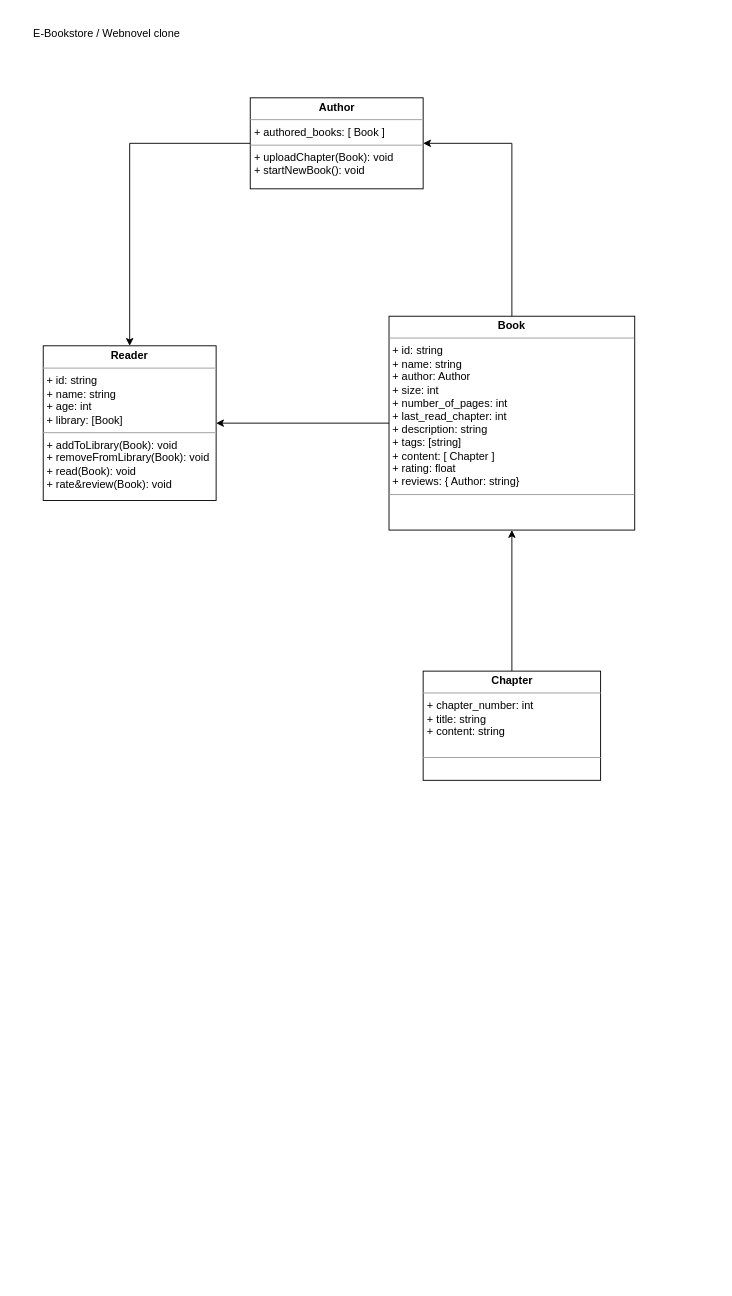
The draw.io diagram E-Bookstore_UML_Diagram.drawio in Amogh-Nivaskar/E-Bookstore, before the edit. Source tidied: cells renumbered, new cells numbered last; positions are measured from the earlier drawing's top-left corner, leaving out a move shared by most shapes. Both pictures are drawn from the tidied source at 91%, with x=0, y=0 at pixel (15, 15).
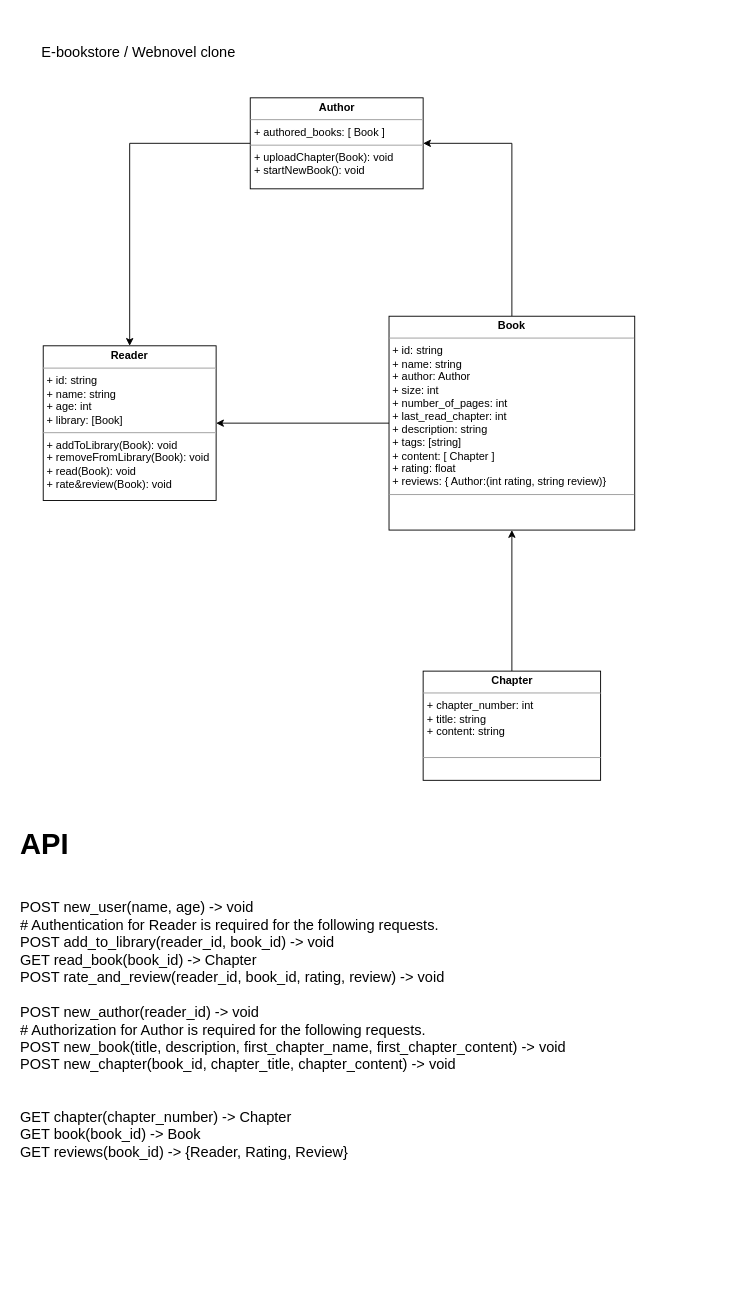
The same page after the edit.

Change to the diagram source:
```diff
@@
 <mxGraphModel>
   <root>
     <mxCell id="0" />
     <mxCell id="1" parent="0" />
-    <mxCell id="2" value="E-Bookstore / Webnovel clone" style="text;html=1;strokeColor=none;fillColor=none;align=center;verticalAlign=middle;whiteSpace=wrap;rounded=0;" parent="1" vertex="1">
-      <mxGeometry width="200" height="40" as="geometry" />
-    </mxCell>
     <mxCell id="3" value="&lt;p style=&quot;margin:0px;margin-top:4px;text-align:center;&quot;&gt;&lt;b&gt;Reader&lt;/b&gt;&lt;/p&gt;&lt;hr size=&quot;1&quot;&gt;&lt;p style=&quot;margin:0px;margin-left:4px;&quot;&gt;+ id: string&lt;/p&gt;&lt;p style=&quot;margin:0px;margin-left:4px;&quot;&gt;+ name: string&lt;/p&gt;&lt;p style=&quot;margin:0px;margin-left:4px;&quot;&gt;+ age: int&lt;/p&gt;&lt;p style=&quot;margin:0px;margin-left:4px;&quot;&gt;+ library: [Book]&lt;/p&gt;&lt;hr size=&quot;1&quot;&gt;&lt;p style=&quot;margin:0px;margin-left:4px;&quot;&gt;+ addToLibrary(Book): void&lt;/p&gt;&lt;p style=&quot;margin:0px;margin-left:4px;&quot;&gt;+ removeFromLibrary(Book): void&lt;/p&gt;&lt;p style=&quot;margin:0px;margin-left:4px;&quot;&gt;+ read(Book): void&lt;/p&gt;&lt;p style=&quot;margin:0px;margin-left:4px;&quot;&gt;+ rate&amp;amp;review(Book): void&lt;/p&gt;" style="verticalAlign=top;align=left;overflow=fill;fontSize=12;fontFamily=Helvetica;html=1;whiteSpace=wrap;" parent="1" vertex="1">
       <mxGeometry x="30" y="362.5" width="190" height="170" as="geometry" />
     </mxCell>
     <mxCell id="4" style="edgeStyle=orthogonalEdgeStyle;rounded=0;jettySize=auto;html=1;exitX=0;exitY=0.5;exitDx=0;exitDy=0;" parent="1" edge="1" source="6" target="3">
       <mxGeometry relative="1" as="geometry" />
     </mxCell>
     <mxCell id="5" style="edgeStyle=orthogonalEdgeStyle;rounded=0;jettySize=auto;html=1;entryX=1;entryY=0.5;entryDx=0;entryDy=0;" parent="1" edge="1" source="6" target="10">
       <mxGeometry relative="1" as="geometry" />
     </mxCell>
-    <mxCell id="6" value="&lt;p style=&quot;margin:0px;margin-top:4px;text-align:center;&quot;&gt;&lt;b&gt;Book&lt;/b&gt;&lt;/p&gt;&lt;hr size=&quot;1&quot;&gt;&lt;p style=&quot;margin:0px;margin-left:4px;&quot;&gt;+ id: string&lt;/p&gt;&lt;p style=&quot;margin:0px;margin-left:4px;&quot;&gt;+ name: string&lt;/p&gt;&lt;p style=&quot;margin:0px;margin-left:4px;&quot;&gt;+ author: Author&lt;/p&gt;&lt;p style=&quot;margin:0px;margin-left:4px;&quot;&gt;+ size: int&lt;/p&gt;&lt;p style=&quot;margin:0px;margin-left:4px;&quot;&gt;+ number_of_pages: int&lt;/p&gt;&lt;p style=&quot;margin:0px;margin-left:4px;&quot;&gt;+ last_read_chapter: int&lt;/p&gt;&lt;p style=&quot;margin:0px;margin-left:4px;&quot;&gt;+ description: string&lt;/p&gt;&lt;p style=&quot;margin:0px;margin-left:4px;&quot;&gt;+ tags: [string]&lt;/p&gt;&lt;p style=&quot;margin:0px;margin-left:4px;&quot;&gt;+ content: [ Chapter ]&lt;/p&gt;&lt;p style=&quot;margin:0px;margin-left:4px;&quot;&gt;+ rating: float&lt;/p&gt;&lt;p style=&quot;margin:0px;margin-left:4px;&quot;&gt;+ reviews: { Author: string}&lt;/p&gt;&lt;hr size=&quot;1&quot;&gt;&lt;p style=&quot;margin:0px;margin-left:4px;&quot;&gt;&lt;br&gt;&lt;/p&gt;" style="verticalAlign=top;align=left;overflow=fill;fontSize=12;fontFamily=Helvetica;html=1;whiteSpace=wrap;" parent="1" vertex="1">
+    <mxCell id="6" value="&lt;p style=&quot;margin:0px;margin-top:4px;text-align:center;&quot;&gt;&lt;b&gt;Book&lt;/b&gt;&lt;/p&gt;&lt;hr size=&quot;1&quot;&gt;&lt;p style=&quot;margin:0px;margin-left:4px;&quot;&gt;+ id: string&lt;/p&gt;&lt;p style=&quot;margin:0px;margin-left:4px;&quot;&gt;+ name: string&lt;/p&gt;&lt;p style=&quot;margin:0px;margin-left:4px;&quot;&gt;+ author: Author&lt;/p&gt;&lt;p style=&quot;margin:0px;margin-left:4px;&quot;&gt;+ size: int&lt;/p&gt;&lt;p style=&quot;margin:0px;margin-left:4px;&quot;&gt;+ number_of_pages: int&lt;/p&gt;&lt;p style=&quot;margin:0px;margin-left:4px;&quot;&gt;+ last_read_chapter: int&lt;/p&gt;&lt;p style=&quot;margin:0px;margin-left:4px;&quot;&gt;+ description: string&lt;/p&gt;&lt;p style=&quot;margin:0px;margin-left:4px;&quot;&gt;+ tags: [string]&lt;/p&gt;&lt;p style=&quot;margin:0px;margin-left:4px;&quot;&gt;+ content: [ Chapter ]&lt;/p&gt;&lt;p style=&quot;margin:0px;margin-left:4px;&quot;&gt;+ rating: float&lt;/p&gt;&lt;p style=&quot;margin:0px;margin-left:4px;&quot;&gt;+ reviews: { Author:(int rating, string review)}&lt;/p&gt;&lt;hr size=&quot;1&quot;&gt;&lt;p style=&quot;margin:0px;margin-left:4px;&quot;&gt;&lt;br&gt;&lt;/p&gt;" style="verticalAlign=top;align=left;overflow=fill;fontSize=12;fontFamily=Helvetica;html=1;whiteSpace=wrap;" parent="1" vertex="1">
       <mxGeometry x="410" y="330" width="270" height="235" as="geometry" />
     </mxCell>
     <mxCell id="7" style="edgeStyle=orthogonalEdgeStyle;rounded=0;jettySize=auto;html=1;entryX=0.5;entryY=1;entryDx=0;entryDy=0;" parent="1" edge="1" source="8" target="6">
       <mxGeometry relative="1" as="geometry" />
     </mxCell>
     <mxCell id="8" value="&lt;p style=&quot;margin:0px;margin-top:4px;text-align:center;&quot;&gt;&lt;b&gt;Chapter&lt;/b&gt;&lt;/p&gt;&lt;hr size=&quot;1&quot;&gt;&lt;p style=&quot;margin:0px;margin-left:4px;&quot;&gt;+ chapter_number: int&lt;/p&gt;&lt;p style=&quot;margin:0px;margin-left:4px;&quot;&gt;+ title: string&lt;/p&gt;&lt;p style=&quot;margin:0px;margin-left:4px;&quot;&gt;+ content: string&lt;/p&gt;&lt;p style=&quot;margin:0px;margin-left:4px;&quot;&gt;&lt;br&gt;&lt;/p&gt;&lt;hr size=&quot;1&quot;&gt;&lt;p style=&quot;margin:0px;margin-left:4px;&quot;&gt;&lt;br&gt;&lt;/p&gt;" style="verticalAlign=top;align=left;overflow=fill;fontSize=12;fontFamily=Helvetica;html=1;whiteSpace=wrap;" parent="1" vertex="1">
       <mxGeometry x="447.5" y="720" width="195" height="120" as="geometry" />
     </mxCell>
     <mxCell id="9" style="edgeStyle=orthogonalEdgeStyle;rounded=0;jettySize=auto;html=1;entryX=0.5;entryY=0;entryDx=0;entryDy=0;" parent="1" edge="1" source="10" target="3">
       <mxGeometry relative="1" as="geometry" />
     </mxCell>
     <mxCell id="10" value="&lt;p style=&quot;margin:0px;margin-top:4px;text-align:center;&quot;&gt;&lt;b&gt;Author&lt;/b&gt;&lt;/p&gt;&lt;hr size=&quot;1&quot;&gt;&lt;p style=&quot;margin:0px;margin-left:4px;&quot;&gt;&lt;span style=&quot;background-color: initial;&quot;&gt;+ authored_books: [ Book ]&lt;/span&gt;&lt;br&gt;&lt;/p&gt;&lt;hr size=&quot;1&quot;&gt;&lt;p style=&quot;margin:0px;margin-left:4px;&quot;&gt;+ uploadChapter(Book): void&amp;nbsp;&lt;/p&gt;&lt;p style=&quot;margin:0px;margin-left:4px;&quot;&gt;+ startNewBook(): void&lt;/p&gt;" style="verticalAlign=top;align=left;overflow=fill;fontSize=12;fontFamily=Helvetica;html=1;whiteSpace=wrap;" parent="1" vertex="1">
       <mxGeometry x="257.5" y="90" width="190" height="100" as="geometry" />
     </mxCell>
+    <mxCell id="11" value="E-bookstore / Webnovel clone" style="text;html=1;strokeColor=none;fillColor=none;align=center;verticalAlign=middle;whiteSpace=wrap;rounded=0;fontSize=16;" parent="1" vertex="1">
+      <mxGeometry x="10" y="10" width="250" height="60" as="geometry" />
+    </mxCell>
+    <mxCell id="12" value="&lt;h1&gt;API&lt;/h1&gt;&lt;div&gt;&lt;br&gt;&lt;/div&gt;&lt;div&gt;&lt;div&gt;POST new_user(name, age) -&amp;gt; void&lt;/div&gt;&lt;/div&gt;&lt;div&gt;# Authentication for Reader is required for the following requests.&lt;/div&gt;&lt;div&gt;&lt;span style=&quot;background-color: initial;&quot;&gt;POST add_to_library(reader_id, book_id) -&amp;gt; void&lt;/span&gt;&lt;br&gt;&lt;/div&gt;&lt;div&gt;GET read_book(book_id) -&amp;gt; Chapter&lt;/div&gt;&lt;div&gt;POST rate_and_review(reader_id, book_id, rating, review) -&amp;gt; void&lt;/div&gt;&lt;div&gt;&lt;br&gt;&lt;/div&gt;&lt;div&gt;&lt;div&gt;POST new_author(reader_id) -&amp;gt; void&lt;/div&gt;&lt;/div&gt;&lt;div&gt;# Authorization for Author is required for the following requests.&lt;/div&gt;&lt;div&gt;&lt;span style=&quot;background-color: initial;&quot;&gt;POST new_book(title, description, first_chapter_name, first_chapter_content) -&amp;gt; void&lt;/span&gt;&lt;br&gt;&lt;/div&gt;&lt;div&gt;POST new_chapter(book_id, chapter_title, chapter_content) -&amp;gt; void&lt;/div&gt;&lt;div&gt;&lt;br&gt;&lt;/div&gt;&lt;div&gt;&lt;br&gt;&lt;/div&gt;&lt;div&gt;GET chapter(chapter_number) -&amp;gt; Chapter&lt;/div&gt;&lt;div&gt;GET book(book_id) -&amp;gt; Book&lt;/div&gt;&lt;div&gt;GET reviews(book_id) -&amp;gt; {Reader, Rating, Review}&lt;/div&gt;&lt;div&gt;&lt;br&gt;&lt;/div&gt;&lt;div&gt;&lt;br&gt;&lt;/div&gt;&lt;div&gt;&lt;br&gt;&lt;/div&gt;&lt;div&gt;&lt;br&gt;&lt;/div&gt;&lt;div&gt;&lt;br&gt;&lt;/div&gt;&lt;div&gt;&lt;br&gt;&lt;/div&gt;&lt;div&gt;&lt;br&gt;&lt;/div&gt;&lt;div&gt;&lt;br&gt;&lt;/div&gt;&lt;div&gt;&lt;br&gt;&lt;/div&gt;&lt;div&gt;&lt;br&gt;&lt;/div&gt;&lt;div&gt;&lt;br&gt;&lt;/div&gt;" style="text;html=1;strokeColor=none;fillColor=none;spacing=5;spacingTop=-20;whiteSpace=wrap;overflow=hidden;rounded=0;fontSize=16;" parent="1" vertex="1">
+      <mxGeometry y="880" width="770" height="510" as="geometry" />
+    </mxCell>
   </root>
 </mxGraphModel>
```
